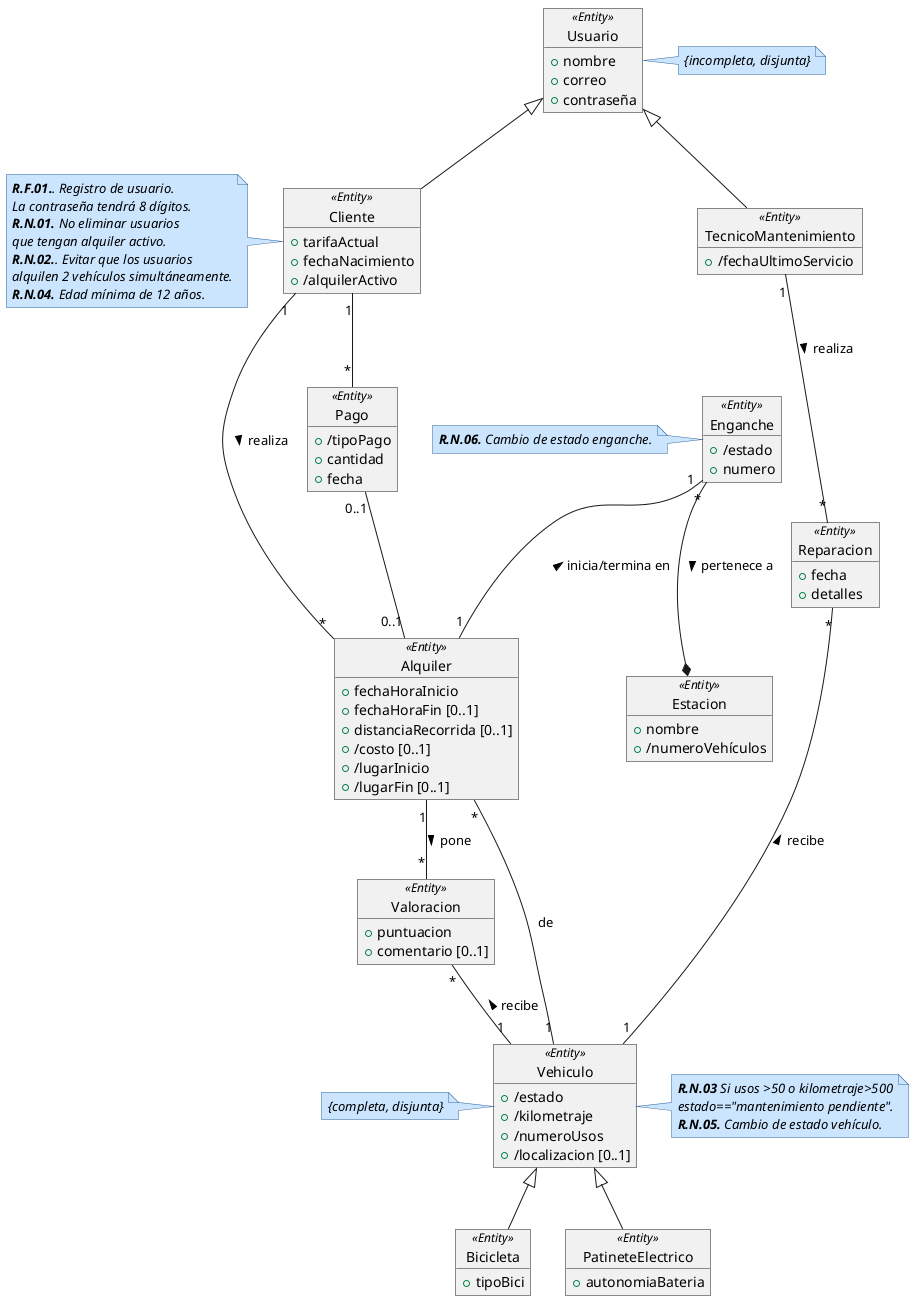
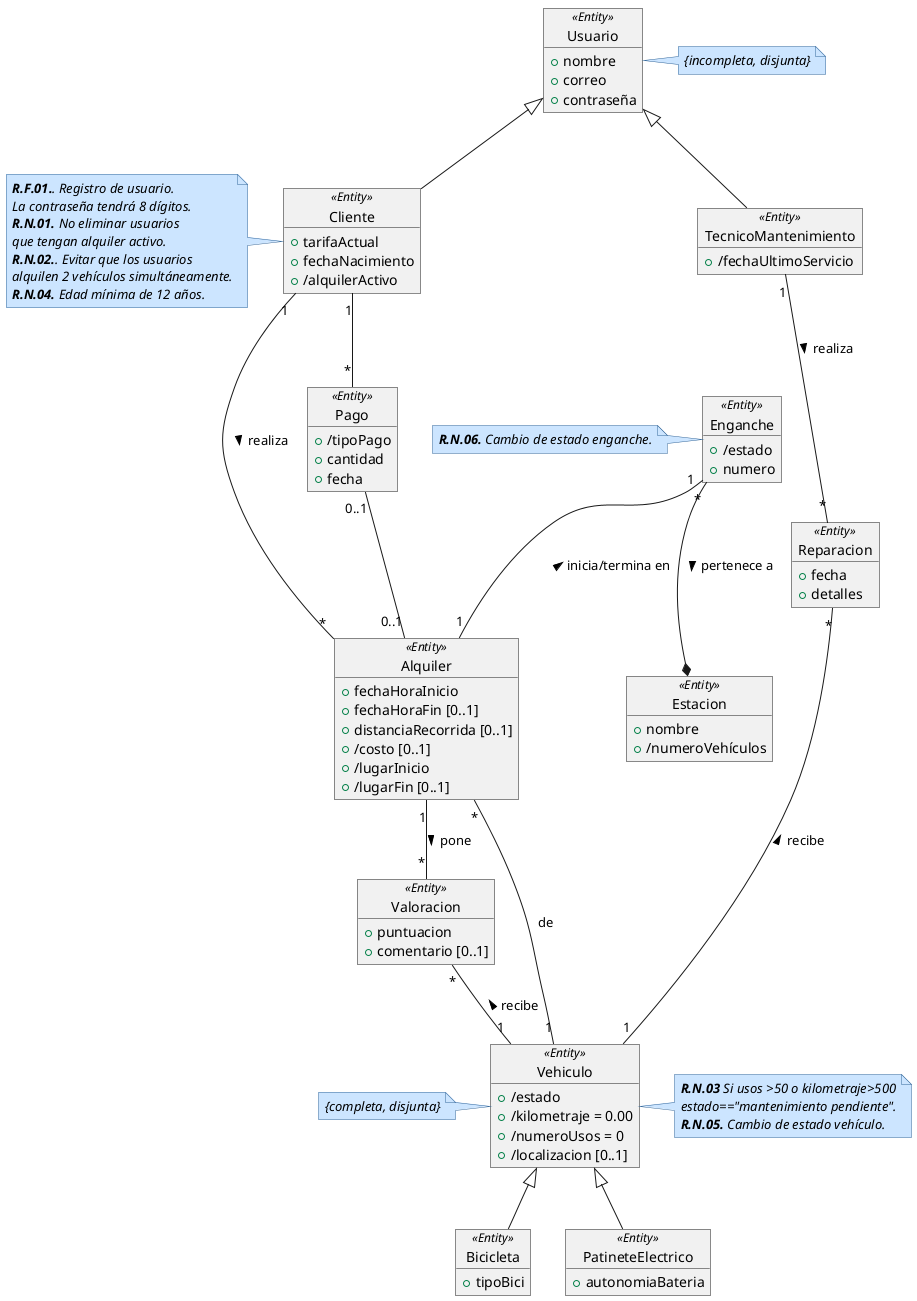
@startuml DiagramaClases

skinparam note {
  BackgroundColor #cce5ff
  BorderColor #336699
  FontStyle italic
}

object Usuario<<Entity>> {
    +nombre
    +correo
    +contraseña
}
note right: {incompleta, disjunta}


object Cliente<<Entity>> {
    +tarifaActual
    +fechaNacimiento
    +/alquilerActivo
}
note left
'''
 **R.F.01.**. Registro de usuario.
 La contraseña tendrá 8 dígitos.
 **R.N.01.** No eliminar usuarios
 que tengan alquiler activo.
 **R.N.02.**. Evitar que los usuarios
 alquilen 2 vehículos simultáneamente.
 **R.N.04.** Edad mínima de 12 años.
'''
end note

object Pago<<Entity>> {
    +/tipoPago
    +cantidad
    +fecha
}
'Tipo pago puede ser o mensual o individual


object TecnicoMantenimiento<<Entity>> {
    +/fechaUltimoServicio
}

object Reparacion<<Entity>> {
    +fecha
    +detalles
}

object Valoracion<<Entity>> {
    +puntuacion
    +comentario [0..1]
}

/'
La distancia recorrida la cuenta el vehículo con un
medidor incorporado y solo se registra cuando termina el recorrido.
Por eso mismo no es derivada de lugar inicio o fin, porque si no si acabas
en el mismo sitio la distancia recorrida sería 0.
'/
object Alquiler<<Entity>> {
    +fechaHoraInicio
    +fechaHoraFin [0..1]
    +distanciaRecorrida [0..1]
    +/costo [0..1]
    +/lugarInicio
    +/lugarFin [0..1]
}

/'
La localización del vehículo se muestra cuando se guarda el vehículo.
No se guarda localización por GPS.
'/
object Vehiculo<<Entity>> {
    +/estado
-     +/kilometraje
-     +/numeroUsos
+     +/kilometraje = 0.00
+     +/numeroUsos = 0
    +/localizacion [0..1]
}
note right
'''
 **R.N.03** Si usos >50 o kilometraje>500
 estado=="mantenimiento pendiente".
 **R.N.05.** Cambio de estado vehículo.
'''
end note
note left of Vehiculo: {completa, disjunta}

object Estacion<<Entity>> {
    +nombre
    +/numeroVehículos
}

object Enganche<<Entity>> {
    +/estado
    +numero
}
note left
'''
 **R.N.06.** Cambio de estado enganche.
'''
end note

object Bicicleta<<Entity>> {
    +tipoBici
}

object PatineteElectrico<<Entity>> {
    +autonomiaBateria
}

Usuario <|-- Cliente
Usuario <|-- TecnicoMantenimiento

Enganche "*"--* Estacion : pertenece a >

'Relación directa valoraciones'
Alquiler "1"--"*" Valoracion : pone >
Valoracion "*"--"1" Vehiculo : recibe <

TecnicoMantenimiento "1"--"*" Reparacion : realiza >
Reparacion "*"--"1" Vehiculo : recibe <

Enganche "1" --"1" Alquiler: inicia/termina en <


'Relacion de Alquileres'
Cliente "1"--"*"  Alquiler: realiza >

Alquiler "*"--"1" Vehiculo: de

'Relacion Pago'
Cliente "1"--"*" Pago
Pago "0..1"--"0..1" Alquiler

Vehiculo <|-- Bicicleta
Vehiculo <|-- PatineteElectrico


@enduml